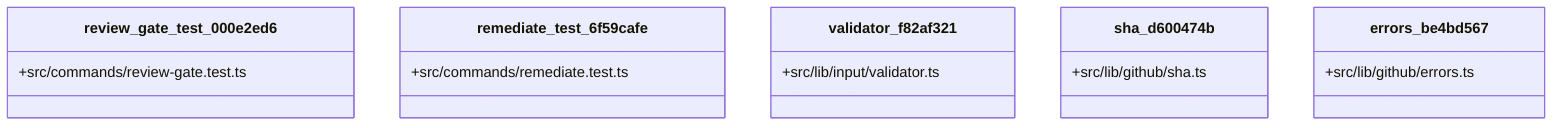
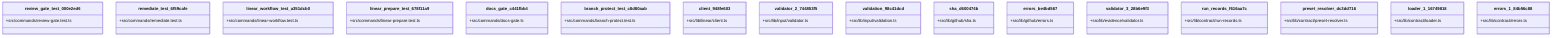
classDiagram
  class review_gate_test_000e2ed6 {
    +src/commands/review-gate.test.ts
  }
  class remediate_test_6f59cafe {
    +src/commands/remediate.test.ts
  }
-   class validator_f82af321 {
+   class linear_workflow_test_a351dcb0 {
+     +src/commands/linear-workflow.test.ts
+   }
+   class linear_prepare_test_678f11a9 {
+     +src/commands/linear-prepare.test.ts
+   }
+   class docs_gate_c441fbb4 {
+     +src/commands/docs-gate.ts
+   }
+   class branch_protect_test_c8d80aab {
+     +src/commands/branch-protect.test.ts
+   }
+   class client_948fe603 {
+     +src/lib/linear/client.ts
+   }
+   class validator_2_744853f5 {
    +src/lib/input/validator.ts
+   }
+   class validation_98c41dcd {
+     +src/lib/input/validation.ts
  }
  class sha_d600474b {
    +src/lib/github/sha.ts
  }
  class errors_be4bd567 {
    +src/lib/github/errors.ts
-   }+   }
+   class validator_3_28b6e9f3 {
+     +src/lib/evidence/validator.ts
+   }
+   class run_records_f616aa7c {
+     +src/lib/contract/run-records.ts
+   }
+   class preset_resolver_dc3dd716 {
+     +src/lib/contract/preset-resolver.ts
+   }
+   class loader_1_16749818 {
+     +src/lib/contract/loader.ts
+   }
+   class errors_1_84b56c88 {
+     +src/lib/contract/errors.ts
+   }
